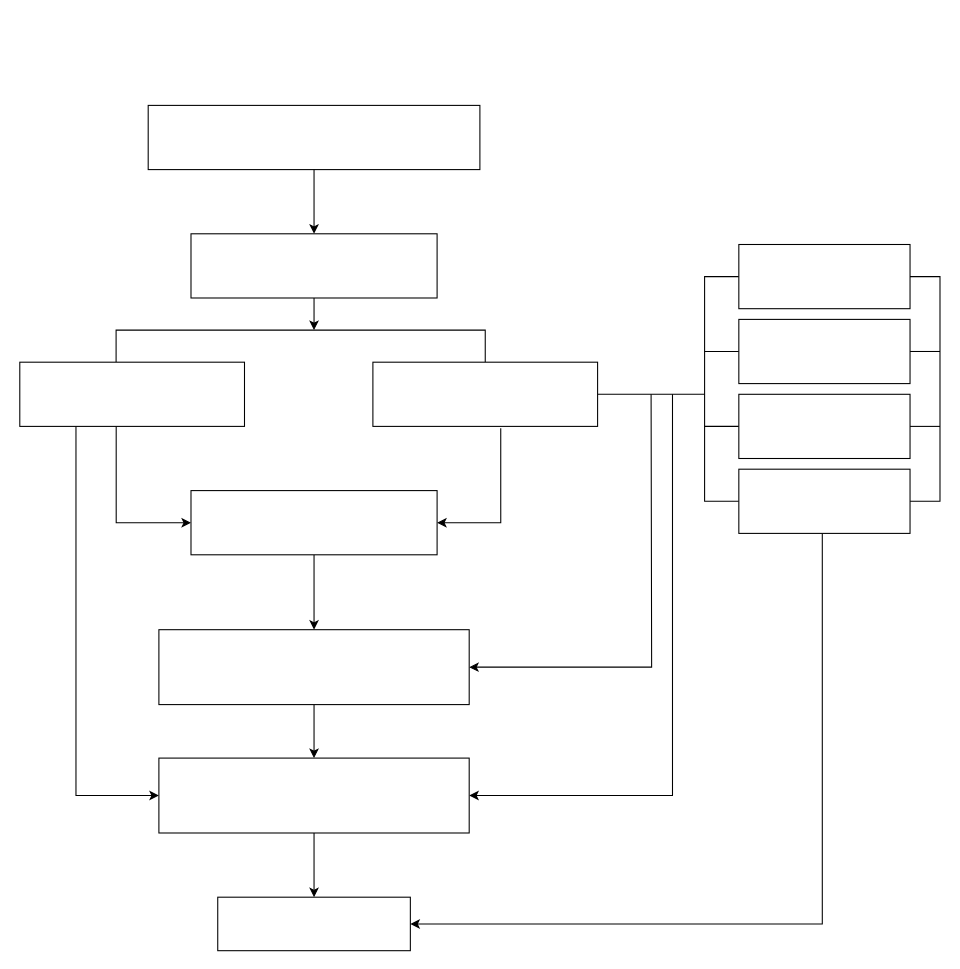
Before: 未命名绘图.drawio in xsl11/HelloWorld, a draw.io diagram. Source tidied: cells renumbered, new cells numbered last; positions are measured from the earlier drawing's top-left corner, leaving out a move shared by most shapes. Both pictures are drawn from the tidied source at 107%, with x=0, y=0 at pixel (19, 105).
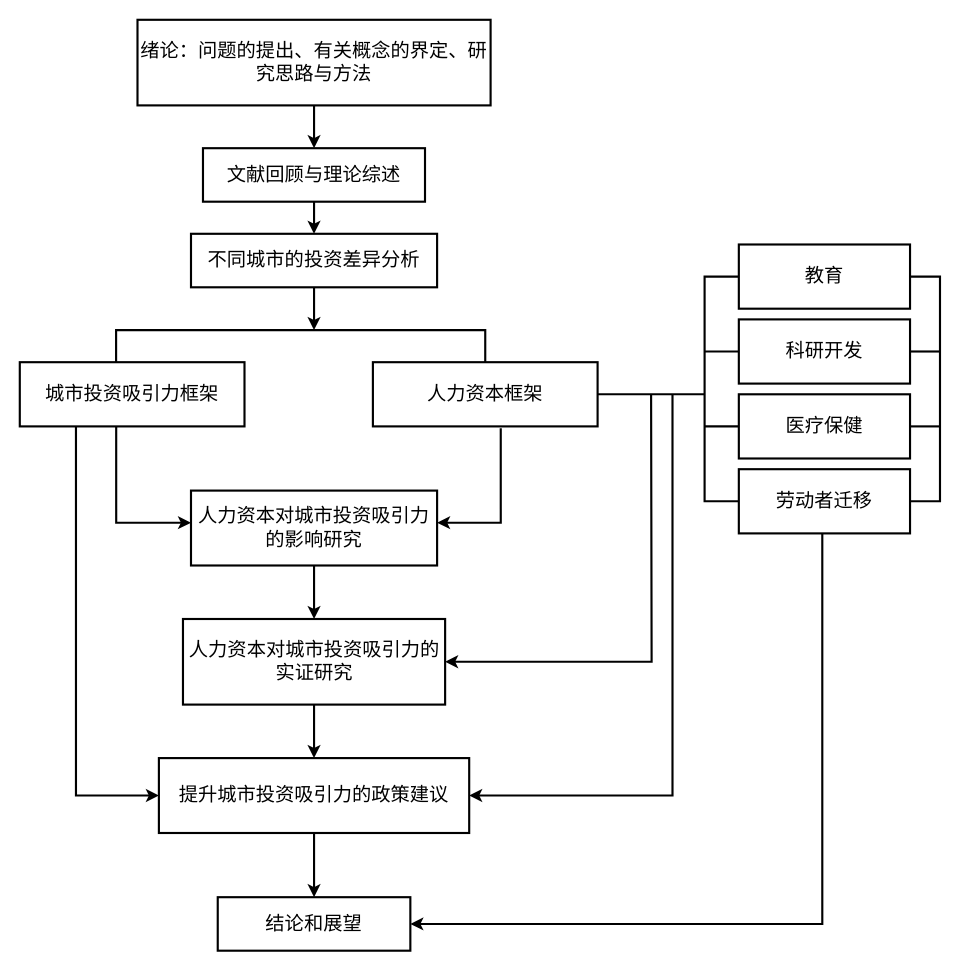
Above is the later version.

Commit message:
huier_paper_01

Change to the diagram source:
```diff
@@
+    <mxCell id="33" style="edgeStyle=orthogonalEdgeStyle;rounded=0;jettySize=auto;html=1;startArrow=none;startFill=0;endArrow=classic;endFill=1;strokeWidth=2;fontSize=18;" parent="1" edge="1" source="2" target="35">
+      <mxGeometry relative="1" as="geometry" />
+    </mxCell>
-    <mxCell id="2" style="rounded=0;whiteSpace=wrap;html=1;" parent="1" vertex="1">
-      <mxGeometry x="120" width="310" height="60" as="geometry" />
+    <mxCell id="2" value="绪论：问题的提出、有关概念的界定、研究思路与方法" style="rounded=0;whiteSpace=wrap;html=1;strokeWidth=2;fontSize=18;" parent="1" vertex="1">
+      <mxGeometry x="110" y="-80" width="330" height="80" as="geometry" />
     </mxCell>
-    <mxCell id="3" style="edgeStyle=orthogonalEdgeStyle;rounded=0;jettySize=auto;html=1;startArrow=classic;startFill=1;endArrow=none;endFill=0;" parent="1" edge="1" source="5" target="2">
-      <mxGeometry relative="1" as="geometry" />
-    </mxCell>
-    <mxCell id="4" style="edgeStyle=orthogonalEdgeStyle;rounded=0;jettySize=auto;html=1;startArrow=none;startFill=0;endArrow=classic;endFill=1;" parent="1" edge="1" source="5">
+    <mxCell id="4" style="edgeStyle=orthogonalEdgeStyle;rounded=0;jettySize=auto;html=1;startArrow=none;startFill=0;endArrow=classic;endFill=1;strokeWidth=2;fontSize=18;" parent="1" edge="1" source="5">
       <mxGeometry relative="1" as="geometry">
         <mxPoint x="275" y="210" as="targetPoint" />
       </mxGeometry>
     </mxCell>
-    <mxCell id="5" style="rounded=0;whiteSpace=wrap;html=1;" parent="1" vertex="1">
-      <mxGeometry x="160" y="120" width="230" height="60" as="geometry" />
+    <mxCell id="5" value="不同城市的投资差异分析" style="rounded=0;whiteSpace=wrap;html=1;strokeWidth=2;fontSize=18;" parent="1" vertex="1">
+      <mxGeometry x="160" y="120" width="230" height="50" as="geometry" />
     </mxCell>
-    <mxCell id="6" style="edgeStyle=orthogonalEdgeStyle;rounded=0;jettySize=auto;html=1;entryX=0.5;entryY=0;entryDx=0;entryDy=0;startArrow=none;startFill=0;endArrow=none;endFill=0;" parent="1" edge="1" source="7" target="9">
+    <mxCell id="6" style="edgeStyle=orthogonalEdgeStyle;rounded=0;jettySize=auto;html=1;entryX=0.5;entryY=0;entryDx=0;entryDy=0;startArrow=none;startFill=0;endArrow=none;endFill=0;strokeWidth=2;fontSize=18;" parent="1" edge="1" source="7" target="9">
       <mxGeometry relative="1" as="geometry">
         <Array as="points">
           <mxPoint x="90" y="210" />
           <mxPoint x="435" y="210" />
         </Array>
       </mxGeometry>
     </mxCell>
-    <mxCell id="7" style="rounded=0;whiteSpace=wrap;html=1;" parent="1" vertex="1">
+    <mxCell id="7" value="城市投资吸引力框架" style="rounded=0;whiteSpace=wrap;html=1;strokeWidth=2;fontSize=18;" parent="1" vertex="1">
       <mxGeometry y="240" width="210" height="60" as="geometry" />
     </mxCell>
-    <mxCell id="8" style="edgeStyle=orthogonalEdgeStyle;rounded=0;jettySize=auto;html=1;endArrow=none;endFill=0;" parent="1" edge="1" source="9">
+    <mxCell id="8" style="edgeStyle=orthogonalEdgeStyle;rounded=0;jettySize=auto;html=1;endArrow=none;endFill=0;strokeWidth=2;fontSize=18;" parent="1" edge="1" source="9">
       <mxGeometry relative="1" as="geometry">
         <mxPoint x="640" y="270" as="targetPoint" />
         <Array as="points">
           <mxPoint x="560" y="270" />
           <mxPoint x="560" y="270" />
         </Array>
       </mxGeometry>
     </mxCell>
-    <mxCell id="9" style="rounded=0;whiteSpace=wrap;html=1;" parent="1" vertex="1">
+    <mxCell id="9" value="人力资本框架" style="rounded=0;whiteSpace=wrap;html=1;strokeWidth=2;fontSize=18;" parent="1" vertex="1">
       <mxGeometry x="330" y="240" width="210" height="60" as="geometry" />
     </mxCell>
-    <mxCell id="10" style="edgeStyle=orthogonalEdgeStyle;rounded=0;jettySize=auto;html=1;endArrow=none;endFill=0;startArrow=classic;startFill=1;exitX=1;exitY=0.5;exitDx=0;exitDy=0;" parent="1" edge="1" source="16">
+    <mxCell id="10" style="edgeStyle=orthogonalEdgeStyle;rounded=0;jettySize=auto;html=1;endArrow=none;endFill=0;startArrow=classic;startFill=1;exitX=1;exitY=0.5;exitDx=0;exitDy=0;strokeWidth=2;fontSize=18;" parent="1" edge="1" source="16">
       <mxGeometry relative="1" as="geometry">
         <mxPoint x="590" y="270" as="targetPoint" />
       </mxGeometry>
     </mxCell>
-    <mxCell id="11" style="edgeStyle=orthogonalEdgeStyle;rounded=0;jettySize=auto;html=1;entryX=0.569;entryY=1.027;entryDx=0;entryDy=0;entryPerimeter=0;startArrow=classic;startFill=1;endArrow=none;endFill=0;" parent="1" edge="1" source="14" target="9">
+    <mxCell id="11" style="edgeStyle=orthogonalEdgeStyle;rounded=0;jettySize=auto;html=1;entryX=0.569;entryY=1.027;entryDx=0;entryDy=0;entryPerimeter=0;startArrow=classic;startFill=1;endArrow=none;endFill=0;strokeWidth=2;fontSize=18;" parent="1" edge="1" source="14" target="9">
       <mxGeometry relative="1" as="geometry">
         <Array as="points">
           <mxPoint x="450" y="390" />
         </Array>
       </mxGeometry>
     </mxCell>
-    <mxCell id="12" style="edgeStyle=orthogonalEdgeStyle;rounded=0;jettySize=auto;html=1;entryX=0.429;entryY=1;entryDx=0;entryDy=0;entryPerimeter=0;startArrow=classic;startFill=1;endArrow=none;endFill=0;" parent="1" edge="1" source="14" target="7">
+    <mxCell id="12" style="edgeStyle=orthogonalEdgeStyle;rounded=0;jettySize=auto;html=1;entryX=0.429;entryY=1;entryDx=0;entryDy=0;entryPerimeter=0;startArrow=classic;startFill=1;endArrow=none;endFill=0;strokeWidth=2;fontSize=18;" parent="1" edge="1" source="14" target="7">
       <mxGeometry relative="1" as="geometry">
         <Array as="points">
           <mxPoint x="90" y="390" />
         </Array>
       </mxGeometry>
     </mxCell>
-    <mxCell id="13" style="edgeStyle=orthogonalEdgeStyle;rounded=0;jettySize=auto;html=1;startArrow=none;startFill=0;endArrow=classic;endFill=1;" parent="1" edge="1" source="14" target="16">
+    <mxCell id="13" style="edgeStyle=orthogonalEdgeStyle;rounded=0;jettySize=auto;html=1;startArrow=none;startFill=0;endArrow=classic;endFill=1;strokeWidth=2;fontSize=18;" parent="1" edge="1" source="14" target="16">
       <mxGeometry relative="1" as="geometry" />
     </mxCell>
-    <mxCell id="14" style="rounded=0;whiteSpace=wrap;html=1;" parent="1" vertex="1">
-      <mxGeometry x="160" y="360" width="230" height="60" as="geometry" />
+    <mxCell id="14" value="人力资本对城市投资吸引力的影响研究" style="rounded=0;whiteSpace=wrap;html=1;strokeWidth=2;fontSize=18;" parent="1" vertex="1">
+      <mxGeometry x="160" y="360" width="230" height="70" as="geometry" />
     </mxCell>
-    <mxCell id="15" style="edgeStyle=orthogonalEdgeStyle;rounded=0;jettySize=auto;html=1;startArrow=none;startFill=0;endArrow=classic;endFill=1;" parent="1" edge="1" source="16" target="20">
+    <mxCell id="15" style="edgeStyle=orthogonalEdgeStyle;rounded=0;jettySize=auto;html=1;startArrow=none;startFill=0;endArrow=classic;endFill=1;strokeWidth=2;fontSize=18;" parent="1" edge="1" source="16" target="20">
       <mxGeometry relative="1" as="geometry" />
     </mxCell>
-    <mxCell id="16" style="rounded=0;whiteSpace=wrap;html=1;" parent="1" vertex="1">
-      <mxGeometry x="130" y="490" width="290" height="70" as="geometry" />
+    <mxCell id="16" value="人力资本对城市投资吸引力的实证研究" style="rounded=0;whiteSpace=wrap;html=1;strokeWidth=2;fontSize=18;" parent="1" vertex="1">
+      <mxGeometry x="152.5" y="480" width="245" height="80" as="geometry" />
     </mxCell>
-    <mxCell id="17" style="edgeStyle=orthogonalEdgeStyle;rounded=0;jettySize=auto;html=1;startArrow=classic;startFill=1;endArrow=none;endFill=0;" parent="1" edge="1" source="20">
+    <mxCell id="17" style="edgeStyle=orthogonalEdgeStyle;rounded=0;jettySize=auto;html=1;startArrow=classic;startFill=1;endArrow=none;endFill=0;strokeWidth=2;fontSize=18;" parent="1" edge="1" source="20">
       <mxGeometry relative="1" as="geometry">
         <mxPoint x="610" y="270" as="targetPoint" />
         <Array as="points">
           <mxPoint x="610" y="645" />
           <mxPoint x="610" y="270" />
         </Array>
       </mxGeometry>
     </mxCell>
-    <mxCell id="18" style="edgeStyle=orthogonalEdgeStyle;rounded=0;jettySize=auto;html=1;entryX=0.25;entryY=1;entryDx=0;entryDy=0;startArrow=classic;startFill=1;endArrow=none;endFill=0;" parent="1" edge="1" source="20" target="7">
+    <mxCell id="18" style="edgeStyle=orthogonalEdgeStyle;rounded=0;jettySize=auto;html=1;entryX=0.25;entryY=1;entryDx=0;entryDy=0;startArrow=classic;startFill=1;endArrow=none;endFill=0;strokeWidth=2;fontSize=18;" parent="1" edge="1" source="20" target="7">
       <mxGeometry relative="1" as="geometry">
         <Array as="points">
           <mxPoint x="53" y="645" />
         </Array>
       </mxGeometry>
     </mxCell>
-    <mxCell id="19" style="edgeStyle=orthogonalEdgeStyle;rounded=0;jettySize=auto;html=1;startArrow=none;startFill=0;endArrow=classic;endFill=1;" parent="1" edge="1" source="20" target="21">
+    <mxCell id="19" style="edgeStyle=orthogonalEdgeStyle;rounded=0;jettySize=auto;html=1;startArrow=none;startFill=0;endArrow=classic;endFill=1;strokeWidth=2;fontSize=18;" parent="1" edge="1" source="20" target="21">
       <mxGeometry relative="1" as="geometry" />
     </mxCell>
-    <mxCell id="20" style="rounded=0;whiteSpace=wrap;html=1;" parent="1" vertex="1">
+    <mxCell id="20" value="提升城市投资吸引力的政策建议" style="rounded=0;whiteSpace=wrap;html=1;strokeWidth=2;fontSize=18;" parent="1" vertex="1">
       <mxGeometry x="130" y="610" width="290" height="70" as="geometry" />
     </mxCell>
-    <mxCell id="21" style="rounded=0;whiteSpace=wrap;html=1;" parent="1" vertex="1">
+    <mxCell id="21" value="结论和展望" style="rounded=0;whiteSpace=wrap;html=1;strokeWidth=2;fontSize=18;" parent="1" vertex="1">
       <mxGeometry x="185" y="740" width="180" height="50" as="geometry" />
     </mxCell>
-    <mxCell id="22" style="edgeStyle=orthogonalEdgeStyle;rounded=0;jettySize=auto;html=1;entryX=0;entryY=0.5;entryDx=0;entryDy=0;endArrow=none;endFill=0;" parent="1" edge="1" source="24" target="32">
+    <mxCell id="22" style="edgeStyle=orthogonalEdgeStyle;rounded=0;jettySize=auto;html=1;entryX=0;entryY=0.5;entryDx=0;entryDy=0;endArrow=none;endFill=0;strokeWidth=2;fontSize=18;" parent="1" edge="1" source="24" target="32">
       <mxGeometry relative="1" as="geometry">
         <Array as="points">
           <mxPoint x="640" y="160" />
           <mxPoint x="640" y="370" />
         </Array>
       </mxGeometry>
     </mxCell>
-    <mxCell id="23" style="edgeStyle=orthogonalEdgeStyle;rounded=0;jettySize=auto;html=1;entryX=1;entryY=0.5;entryDx=0;entryDy=0;endArrow=none;endFill=0;" parent="1" edge="1" source="24" target="32">
+    <mxCell id="23" style="edgeStyle=orthogonalEdgeStyle;rounded=0;jettySize=auto;html=1;entryX=1;entryY=0.5;entryDx=0;entryDy=0;endArrow=none;endFill=0;strokeWidth=2;fontSize=18;" parent="1" edge="1" source="24" target="32">
       <mxGeometry relative="1" as="geometry">
         <Array as="points">
           <mxPoint x="860" y="160" />
           <mxPoint x="860" y="370" />
         </Array>
       </mxGeometry>
     </mxCell>
-    <mxCell id="24" style="rounded=0;whiteSpace=wrap;html=1;" parent="1" vertex="1">
+    <mxCell id="24" value="教育" style="rounded=0;whiteSpace=wrap;html=1;strokeWidth=2;fontSize=18;" parent="1" vertex="1">
       <mxGeometry x="672" y="130" width="160" height="60" as="geometry" />
     </mxCell>
-    <mxCell id="25" style="edgeStyle=orthogonalEdgeStyle;rounded=0;jettySize=auto;html=1;endArrow=none;endFill=0;" parent="1" edge="1" source="27">
+    <mxCell id="25" style="edgeStyle=orthogonalEdgeStyle;rounded=0;jettySize=auto;html=1;endArrow=none;endFill=0;strokeWidth=2;fontSize=18;" parent="1" edge="1" source="27">
       <mxGeometry relative="1" as="geometry">
         <mxPoint x="640" y="230" as="targetPoint" />
       </mxGeometry>
     </mxCell>
-    <mxCell id="26" style="edgeStyle=orthogonalEdgeStyle;rounded=0;jettySize=auto;html=1;endArrow=none;endFill=0;" parent="1" edge="1" source="27">
+    <mxCell id="26" style="edgeStyle=orthogonalEdgeStyle;rounded=0;jettySize=auto;html=1;endArrow=none;endFill=0;strokeWidth=2;fontSize=18;" parent="1" edge="1" source="27">
       <mxGeometry relative="1" as="geometry">
         <mxPoint x="860" y="230" as="targetPoint" />
       </mxGeometry>
     </mxCell>
-    <mxCell id="27" style="rounded=0;whiteSpace=wrap;html=1;" parent="1" vertex="1">
+    <mxCell id="27" value="科研开发" style="rounded=0;whiteSpace=wrap;html=1;strokeWidth=2;fontSize=18;" parent="1" vertex="1">
       <mxGeometry x="672" y="200" width="160" height="60" as="geometry" />
     </mxCell>
-    <mxCell id="28" style="edgeStyle=orthogonalEdgeStyle;rounded=0;jettySize=auto;html=1;endArrow=none;endFill=0;" parent="1" edge="1" source="30">
+    <mxCell id="28" style="edgeStyle=orthogonalEdgeStyle;rounded=0;jettySize=auto;html=1;endArrow=none;endFill=0;strokeWidth=2;fontSize=18;" parent="1" edge="1" source="30">
       <mxGeometry relative="1" as="geometry">
         <mxPoint x="640" y="300" as="targetPoint" />
       </mxGeometry>
     </mxCell>
-    <mxCell id="29" style="edgeStyle=orthogonalEdgeStyle;rounded=0;jettySize=auto;html=1;endArrow=none;endFill=0;" parent="1" edge="1" source="30">
+    <mxCell id="29" style="edgeStyle=orthogonalEdgeStyle;rounded=0;jettySize=auto;html=1;endArrow=none;endFill=0;strokeWidth=2;fontSize=18;" parent="1" edge="1" source="30">
       <mxGeometry relative="1" as="geometry">
         <mxPoint x="860" y="300" as="targetPoint" />
       </mxGeometry>
     </mxCell>
-    <mxCell id="30" style="rounded=0;whiteSpace=wrap;html=1;" parent="1" vertex="1">
+    <mxCell id="30" value="医疗保健" style="rounded=0;whiteSpace=wrap;html=1;strokeWidth=2;fontSize=18;" parent="1" vertex="1">
       <mxGeometry x="672" y="270" width="160" height="60" as="geometry" />
     </mxCell>
-    <mxCell id="31" style="edgeStyle=orthogonalEdgeStyle;rounded=0;jettySize=auto;html=1;entryX=1;entryY=0.5;entryDx=0;entryDy=0;startArrow=none;startFill=0;endArrow=classic;endFill=1;" parent="1" edge="1" source="32" target="21">
+    <mxCell id="31" style="edgeStyle=orthogonalEdgeStyle;rounded=0;jettySize=auto;html=1;entryX=1;entryY=0.5;entryDx=0;entryDy=0;startArrow=none;startFill=0;endArrow=classic;endFill=1;strokeWidth=2;fontSize=18;" parent="1" edge="1" source="32" target="21">
       <mxGeometry relative="1" as="geometry">
         <Array as="points">
           <mxPoint x="750" y="765" />
         </Array>
       </mxGeometry>
     </mxCell>
-    <mxCell id="32" style="rounded=0;whiteSpace=wrap;html=1;" parent="1" vertex="1">
+    <mxCell id="32" value="劳动者迁移" style="rounded=0;whiteSpace=wrap;html=1;strokeWidth=2;fontSize=18;" parent="1" vertex="1">
       <mxGeometry x="672" y="340" width="160" height="60" as="geometry" />
     </mxCell>
+    <mxCell id="34" style="edgeStyle=orthogonalEdgeStyle;rounded=0;jettySize=auto;html=1;startArrow=none;startFill=0;endArrow=classic;endFill=1;strokeWidth=2;fontSize=18;" parent="1" edge="1" source="35" target="5">
+      <mxGeometry relative="1" as="geometry" />
+    </mxCell>
+    <mxCell id="35" value="文献回顾与理论综述" style="rounded=0;whiteSpace=wrap;html=1;strokeWidth=2;fontSize=18;" parent="1" vertex="1">
+      <mxGeometry x="171.2" y="40" width="207.5" height="50" as="geometry" />
+    </mxCell>
```
